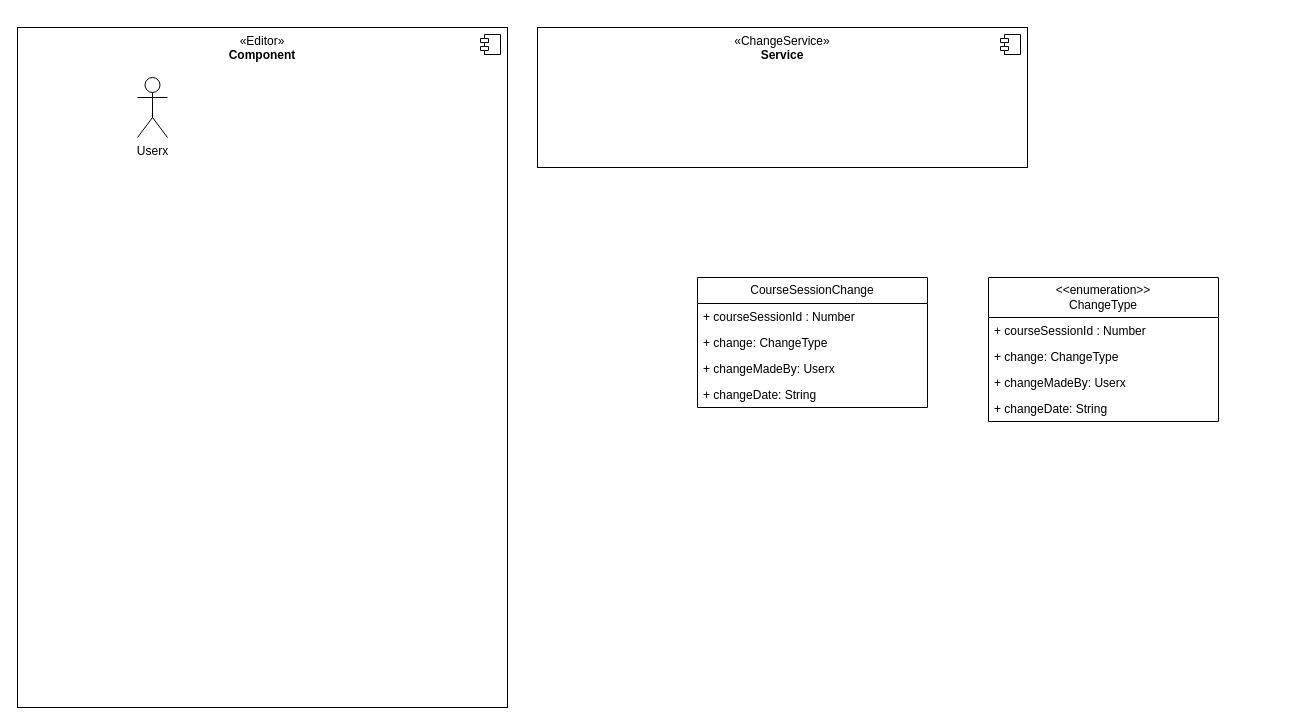
Before: Doku/Ablauf/userChangesLogging.drawio in Darkuna/Lecture-Connect, a draw.io diagram. Source tidied: cells renumbered, new cells numbered last; positions are measured from the earlier drawing's top-left corner, leaving out a move shared by most shapes. Both pictures are drawn from the tidied source at 100%, with x=0, y=0 at pixel (17, 27).
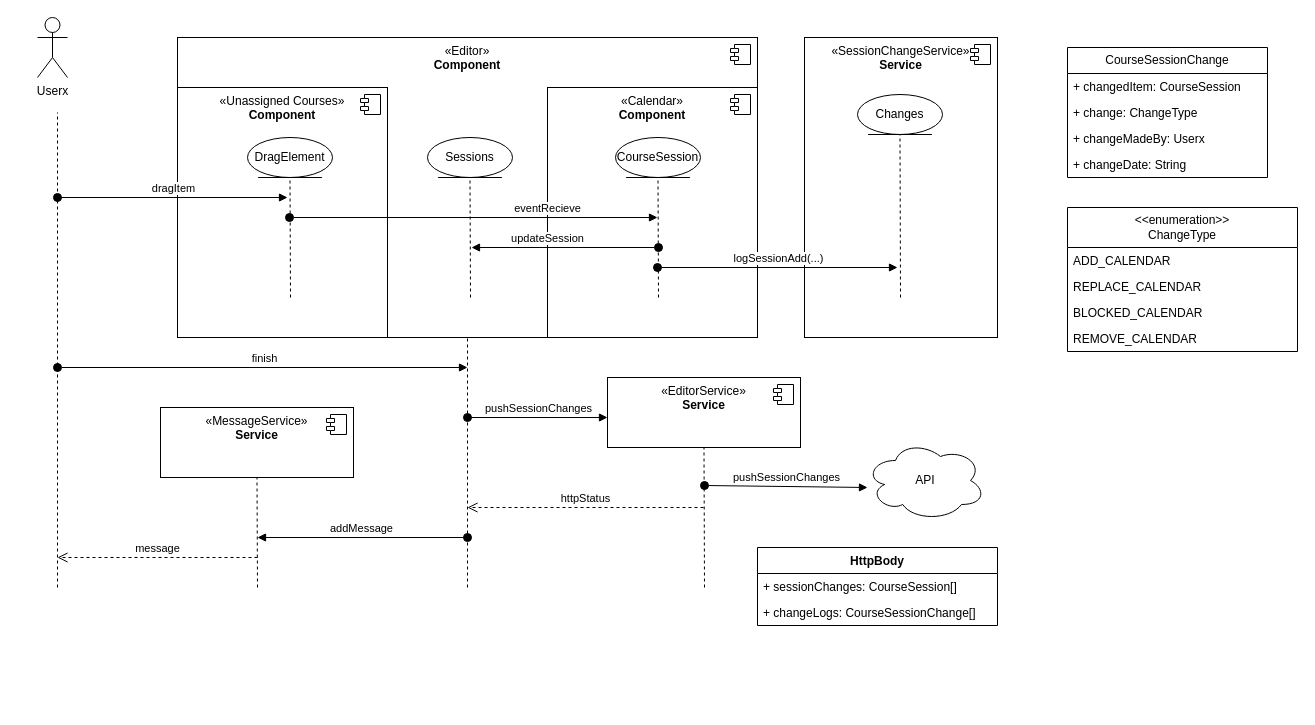
After the change.

Change to the diagram source:
```diff
@@
     <mxCell id="2" value="«Editor&lt;span style=&quot;background-color: initial;&quot;&gt;»&lt;/span&gt;&lt;div&gt;&lt;b&gt;Component&lt;/b&gt;&lt;/div&gt;" style="html=1;whiteSpace=wrap;verticalAlign=top;" parent="1" vertex="1">
-      <mxGeometry width="490" height="680" as="geometry" />
+      <mxGeometry x="160" y="10" width="580" height="300" as="geometry" />
     </mxCell>
@@
     <mxCell id="4" value="Userx" style="shape=umlActor;verticalLabelPosition=bottom;verticalAlign=top;html=1;" parent="1" vertex="1">
-      <mxGeometry x="120" y="50" width="30" height="60" as="geometry" />
+      <mxGeometry x="20" y="-10" width="30" height="60" as="geometry" />
     </mxCell>
-    <mxCell id="5" value="«ChangeService&lt;span style=&quot;background-color: initial;&quot;&gt;»&lt;/span&gt;&lt;div&gt;&lt;b&gt;Service&lt;/b&gt;&lt;/div&gt;" style="html=1;whiteSpace=wrap;verticalAlign=top;" parent="1" vertex="1">
-      <mxGeometry x="520" width="490" height="140" as="geometry" />
+    <mxCell id="5" value="«SessionChangeService&lt;span style=&quot;background-color: initial;&quot;&gt;»&lt;/span&gt;&lt;div&gt;&lt;b&gt;Service&lt;/b&gt;&lt;/div&gt;" style="html=1;whiteSpace=wrap;verticalAlign=top;" parent="1" vertex="1">
+      <mxGeometry x="787" y="10" width="193" height="300" as="geometry" />
     </mxCell>
@@
     <mxCell id="7" value="CourseSessionChange" style="swimlane;fontStyle=0;horizontal=1;startSize=26;fillColor=none;whiteSpace=wrap;html=1;" parent="1" vertex="1">
-      <mxGeometry x="680" y="250" width="230" height="130" as="geometry" />
+      <mxGeometry x="1050" y="20" width="200" height="130" as="geometry" />
     </mxCell>
-    <mxCell id="8" value="+ courseSessionId : Number" style="text;strokeColor=none;fillColor=none;align=left;verticalAlign=top;spacingLeft=4;spacingRight=4;overflow=hidden;whiteSpace=wrap;html=1;" parent="7" vertex="1">
-      <mxGeometry y="26" width="230" height="26" as="geometry" />
+    <mxCell id="8" value="+ changedItem: CourseSession" style="text;strokeColor=none;fillColor=none;align=left;verticalAlign=top;spacingLeft=4;spacingRight=4;overflow=hidden;whiteSpace=wrap;html=1;" parent="7" vertex="1">
+      <mxGeometry y="26" width="200" height="26" as="geometry" />
     </mxCell>
     <mxCell id="9" value="+ change: ChangeType&amp;nbsp;" style="text;strokeColor=none;fillColor=none;align=left;verticalAlign=top;spacingLeft=4;spacingRight=4;overflow=hidden;whiteSpace=wrap;html=1;" parent="7" vertex="1">
-      <mxGeometry y="52" width="230" height="26" as="geometry" />
+      <mxGeometry y="52" width="200" height="26" as="geometry" />
     </mxCell>
     <mxCell id="10" value="+ changeMadeBy: Userx" style="text;strokeColor=none;fillColor=none;align=left;verticalAlign=top;spacingLeft=4;spacingRight=4;overflow=hidden;whiteSpace=wrap;html=1;" parent="7" vertex="1">
-      <mxGeometry y="78" width="230" height="26" as="geometry" />
+      <mxGeometry y="78" width="200" height="26" as="geometry" />
     </mxCell>
     <mxCell id="11" value="+ changeDate: String" style="text;strokeColor=none;fillColor=none;align=left;verticalAlign=top;spacingLeft=4;spacingRight=4;overflow=hidden;whiteSpace=wrap;html=1;" parent="7" vertex="1">
-      <mxGeometry y="104" width="230" height="26" as="geometry" />
+      <mxGeometry y="104" width="200" height="26" as="geometry" />
     </mxCell>
     <mxCell id="12" value="&amp;lt;&amp;lt;enumeration&amp;gt;&amp;gt;&lt;div&gt;ChangeType&lt;/div&gt;" style="swimlane;fontStyle=0;horizontal=1;startSize=40;fillColor=none;whiteSpace=wrap;html=1;" parent="1" vertex="1">
-      <mxGeometry x="971" y="250" width="230" height="144" as="geometry" />
+      <mxGeometry x="1050" y="180" width="230" height="144" as="geometry" />
     </mxCell>
-    <mxCell id="13" value="+ courseSessionId : Number" style="text;strokeColor=none;fillColor=none;align=left;verticalAlign=top;spacingLeft=4;spacingRight=4;overflow=hidden;whiteSpace=wrap;html=1;" parent="12" vertex="1">
+    <mxCell id="13" value="ADD_CALENDAR" style="text;strokeColor=none;fillColor=none;align=left;verticalAlign=top;spacingLeft=4;spacingRight=4;overflow=hidden;whiteSpace=wrap;html=1;" parent="12" vertex="1">
       <mxGeometry y="40" width="230" height="26" as="geometry" />
     </mxCell>
-    <mxCell id="14" value="+ change: ChangeType&amp;nbsp;" style="text;strokeColor=none;fillColor=none;align=left;verticalAlign=top;spacingLeft=4;spacingRight=4;overflow=hidden;whiteSpace=wrap;html=1;" parent="12" vertex="1">
+    <mxCell id="14" value="REPLACE_CALENDAR" style="text;strokeColor=none;fillColor=none;align=left;verticalAlign=top;spacingLeft=4;spacingRight=4;overflow=hidden;whiteSpace=wrap;html=1;" parent="12" vertex="1">
       <mxGeometry y="66" width="230" height="26" as="geometry" />
     </mxCell>
+    <mxCell id="17" value="BLOCKED_CALENDAR" style="text;strokeColor=none;fillColor=none;align=left;verticalAlign=top;spacingLeft=4;spacingRight=4;overflow=hidden;whiteSpace=wrap;html=1;" parent="12" vertex="1">
+      <mxGeometry y="92" width="230" height="26" as="geometry" />
+    </mxCell>
-    <mxCell id="15" value="+ changeMadeBy: Userx" style="text;strokeColor=none;fillColor=none;align=left;verticalAlign=top;spacingLeft=4;spacingRight=4;overflow=hidden;whiteSpace=wrap;html=1;" parent="12" vertex="1">
-      <mxGeometry y="92" width="230" height="26" as="geometry" />
+    <mxCell id="15" value="REMOVE_CALENDAR" style="text;strokeColor=none;fillColor=none;align=left;verticalAlign=top;spacingLeft=4;spacingRight=4;overflow=hidden;whiteSpace=wrap;html=1;" parent="12" vertex="1">
+      <mxGeometry y="118" width="230" height="26" as="geometry" />
     </mxCell>
-    <mxCell id="16" value="+ changeDate: String" style="text;strokeColor=none;fillColor=none;align=left;verticalAlign=top;spacingLeft=4;spacingRight=4;overflow=hidden;whiteSpace=wrap;html=1;" parent="12" vertex="1">
-      <mxGeometry y="118" width="230" height="26" as="geometry" />
-    </mxCell>
+    <mxCell id="18" value="«Calendar&lt;span style=&quot;background-color: initial;&quot;&gt;»&lt;/span&gt;&lt;div&gt;&lt;b&gt;Component&lt;/b&gt;&lt;/div&gt;" style="html=1;whiteSpace=wrap;verticalAlign=top;" parent="1" vertex="1">
+      <mxGeometry x="530" y="60" width="210" height="250" as="geometry" />
+    </mxCell>
+    <mxCell id="19" style="shape=module;jettyWidth=8;jettyHeight=4;" parent="18" vertex="1">
+      <mxGeometry x="1" width="20" height="20" relative="1" as="geometry">
+        <mxPoint x="-27" y="7" as="offset" />
+      </mxGeometry>
+    </mxCell>
+    <mxCell id="20" value="«&lt;span style=&quot;text-align: left;&quot;&gt;Unassigned Courses&lt;/span&gt;&lt;span style=&quot;background-color: initial;&quot;&gt;»&lt;/span&gt;&lt;div&gt;&lt;b&gt;Component&lt;/b&gt;&lt;/div&gt;" style="html=1;whiteSpace=wrap;verticalAlign=top;" parent="1" vertex="1">
+      <mxGeometry x="160" y="60" width="210" height="250" as="geometry" />
+    </mxCell>
+    <mxCell id="21" style="shape=module;jettyWidth=8;jettyHeight=4;" parent="20" vertex="1">
+      <mxGeometry x="1" width="20" height="20" relative="1" as="geometry">
+        <mxPoint x="-27" y="7" as="offset" />
+      </mxGeometry>
+    </mxCell>
+    <mxCell id="22" style="endArrow=none;dashed=1;html=1;rounded=0;" parent="1" edge="1">
+      <mxGeometry relative="1" as="geometry">
+        <mxPoint x="40" y="560" as="sourcePoint" />
+        <mxPoint x="40" y="85" as="targetPoint" />
+      </mxGeometry>
+    </mxCell>
+    <mxCell id="23" value="dragItem" style="html=1;verticalAlign=bottom;startArrow=oval;startFill=1;endArrow=block;startSize=8;curved=0;rounded=0;" parent="1" edge="1">
+      <mxGeometry x="0.01" relative="1" as="geometry">
+        <mxPoint x="40" y="170" as="sourcePoint" />
+        <mxPoint x="270" y="170" as="targetPoint" />
+      </mxGeometry>
+    </mxCell>
+    <mxCell id="24" value="eventRecieve" style="html=1;verticalAlign=bottom;startArrow=oval;startFill=1;endArrow=block;startSize=8;curved=0;rounded=0;" parent="1" edge="1">
+      <mxGeometry x="0.4" relative="1" as="geometry">
+        <mxPoint x="272" y="190" as="sourcePoint" />
+        <mxPoint x="640" y="190" as="targetPoint" />
+      </mxGeometry>
+    </mxCell>
+    <mxCell id="25" value="updateSession" style="html=1;verticalAlign=bottom;startArrow=oval;startFill=1;endArrow=block;startSize=8;curved=0;rounded=0;" parent="1" edge="1">
+      <mxGeometry x="0.19" relative="1" as="geometry">
+        <mxPoint x="641" y="220" as="sourcePoint" />
+        <mxPoint x="454" y="220" as="targetPoint" />
+      </mxGeometry>
+    </mxCell>
+    <mxCell id="26" value="logSessionAdd(...)" style="html=1;verticalAlign=bottom;startArrow=oval;startFill=1;endArrow=block;startSize=8;curved=0;rounded=0;" parent="1" edge="1">
+      <mxGeometry x="0.01" relative="1" as="geometry">
+        <mxPoint x="640" y="240" as="sourcePoint" />
+        <mxPoint x="880" y="240" as="targetPoint" />
+      </mxGeometry>
+    </mxCell>
+    <mxCell id="27" value="Sessions" style="ellipse;shape=umlEntity;whiteSpace=wrap;html=1;" parent="1" vertex="1">
+      <mxGeometry x="410" y="110" width="85" height="40" as="geometry" />
+    </mxCell>
+    <mxCell id="28" style="endArrow=none;dashed=1;html=1;rounded=0;entryX=0.5;entryY=1;entryDx=0;entryDy=0;" parent="1" edge="1" target="27">
+      <mxGeometry relative="1" as="geometry">
+        <mxPoint x="453" y="270" as="sourcePoint" />
+      </mxGeometry>
+    </mxCell>
+    <mxCell id="29" value="CourseSession" style="ellipse;shape=umlEntity;whiteSpace=wrap;html=1;" parent="1" vertex="1">
+      <mxGeometry x="598" y="110" width="85" height="40" as="geometry" />
+    </mxCell>
+    <mxCell id="30" style="endArrow=none;dashed=1;html=1;rounded=0;entryX=0.5;entryY=1;entryDx=0;entryDy=0;" parent="1" edge="1" target="29">
+      <mxGeometry relative="1" as="geometry">
+        <mxPoint x="641" y="270" as="sourcePoint" />
+      </mxGeometry>
+    </mxCell>
+    <mxCell id="31" value="DragElement" style="ellipse;shape=umlEntity;whiteSpace=wrap;html=1;" parent="1" vertex="1">
+      <mxGeometry x="230" y="110" width="85" height="40" as="geometry" />
+    </mxCell>
+    <mxCell id="32" style="endArrow=none;dashed=1;html=1;rounded=0;entryX=0.5;entryY=1;entryDx=0;entryDy=0;" parent="1" edge="1" target="31">
+      <mxGeometry relative="1" as="geometry">
+        <mxPoint x="273" y="270" as="sourcePoint" />
+      </mxGeometry>
+    </mxCell>
+    <mxCell id="33" value="Changes" style="ellipse;shape=umlEntity;whiteSpace=wrap;html=1;" parent="1" vertex="1">
+      <mxGeometry x="840" y="67" width="85" height="40" as="geometry" />
+    </mxCell>
+    <mxCell id="34" style="endArrow=none;dashed=1;html=1;rounded=0;entryX=0.5;entryY=1;entryDx=0;entryDy=0;" parent="1" edge="1" target="33">
+      <mxGeometry relative="1" as="geometry">
+        <mxPoint x="883" y="270" as="sourcePoint" />
+      </mxGeometry>
+    </mxCell>
+    <mxCell id="35" style="group;" parent="1" vertex="1">
+      <mxGeometry x="590" y="350" width="193" height="70" as="geometry" />
+    </mxCell>
+    <mxCell id="36" value="«EditorService&lt;span style=&quot;background-color: initial;&quot;&gt;»&lt;/span&gt;&lt;div&gt;&lt;b&gt;Service&lt;/b&gt;&lt;/div&gt;" style="html=1;whiteSpace=wrap;verticalAlign=top;" parent="35" vertex="1">
+      <mxGeometry width="193" height="70" as="geometry" />
+    </mxCell>
+    <mxCell id="37" style="shape=module;jettyWidth=8;jettyHeight=4;" parent="36" vertex="1">
+      <mxGeometry x="1" width="20" height="20" relative="1" as="geometry">
+        <mxPoint x="-27" y="7" as="offset" />
+      </mxGeometry>
+    </mxCell>
+    <mxCell id="38" value="finish" style="html=1;verticalAlign=bottom;startArrow=oval;startFill=1;endArrow=block;startSize=8;curved=0;rounded=0;" parent="1" edge="1">
+      <mxGeometry x="0.01" relative="1" as="geometry">
+        <mxPoint x="40" y="340" as="sourcePoint" />
+        <mxPoint x="450" y="340" as="targetPoint" />
+      </mxGeometry>
+    </mxCell>
+    <mxCell id="39" style="endArrow=none;dashed=1;html=1;rounded=0;entryX=0.5;entryY=1;entryDx=0;entryDy=0;" parent="1" edge="1" target="2">
+      <mxGeometry relative="1" as="geometry">
+        <mxPoint x="450" y="560" as="sourcePoint" />
+      </mxGeometry>
+    </mxCell>
+    <mxCell id="40" value="pushSessionChanges" style="html=1;verticalAlign=bottom;startArrow=oval;startFill=1;endArrow=block;startSize=8;curved=0;rounded=0;" parent="1" edge="1">
+      <mxGeometry x="0.01" relative="1" as="geometry">
+        <mxPoint x="450" y="390" as="sourcePoint" />
+        <mxPoint x="590" y="390" as="targetPoint" />
+      </mxGeometry>
+    </mxCell>
+    <mxCell id="41" style="endArrow=none;dashed=1;html=1;rounded=0;entryX=0.5;entryY=1;entryDx=0;entryDy=0;" parent="1" edge="1" target="36">
+      <mxGeometry relative="1" as="geometry">
+        <mxPoint x="687" y="560" as="sourcePoint" />
+      </mxGeometry>
+    </mxCell>
+    <mxCell id="42" value="API" style="ellipse;shape=cloud;whiteSpace=wrap;html=1;" parent="1" vertex="1">
+      <mxGeometry x="848" y="413" width="120" height="80" as="geometry" />
+    </mxCell>
+    <mxCell id="43" value="pushSessionChanges" style="html=1;verticalAlign=bottom;startArrow=oval;startFill=1;endArrow=block;startSize=8;curved=0;rounded=0;" parent="1" edge="1">
+      <mxGeometry x="0.01" relative="1" as="geometry">
+        <mxPoint x="687" y="458" as="sourcePoint" />
+        <mxPoint x="850" y="460" as="targetPoint" />
+      </mxGeometry>
+    </mxCell>
+    <mxCell id="44" value="httpStatus" style="html=1;verticalAlign=bottom;endArrow=open;dashed=1;endSize=8;curved=0;rounded=0;" parent="1" edge="1">
+      <mxGeometry relative="1" as="geometry">
+        <mxPoint x="686" y="480" as="sourcePoint" />
+        <mxPoint x="450" y="480" as="targetPoint" />
+      </mxGeometry>
+    </mxCell>
+    <mxCell id="45" style="group;" parent="1" vertex="1">
+      <mxGeometry x="143" y="380" width="193" height="70" as="geometry" />
+    </mxCell>
+    <mxCell id="46" value="«MessageService&lt;span style=&quot;background-color: initial;&quot;&gt;»&lt;/span&gt;&lt;div&gt;&lt;b&gt;Service&lt;/b&gt;&lt;/div&gt;" style="html=1;whiteSpace=wrap;verticalAlign=top;" parent="45" vertex="1">
+      <mxGeometry width="193" height="70" as="geometry" />
+    </mxCell>
+    <mxCell id="47" style="shape=module;jettyWidth=8;jettyHeight=4;" parent="46" vertex="1">
+      <mxGeometry x="1" width="20" height="20" relative="1" as="geometry">
+        <mxPoint x="-27" y="7" as="offset" />
+      </mxGeometry>
+    </mxCell>
+    <mxCell id="48" style="endArrow=none;dashed=1;html=1;rounded=0;entryX=0.5;entryY=1;entryDx=0;entryDy=0;" parent="1" edge="1" target="46">
+      <mxGeometry relative="1" as="geometry">
+        <mxPoint x="240" y="560" as="sourcePoint" />
+      </mxGeometry>
+    </mxCell>
+    <mxCell id="49" value="addMessage" style="html=1;verticalAlign=bottom;startArrow=oval;startFill=1;endArrow=block;startSize=8;curved=0;rounded=0;" parent="1" edge="1">
+      <mxGeometry x="0.01" relative="1" as="geometry">
+        <mxPoint x="450" y="510" as="sourcePoint" />
+        <mxPoint x="240" y="510" as="targetPoint" />
+      </mxGeometry>
+    </mxCell>
+    <mxCell id="50" value="message" style="html=1;verticalAlign=bottom;endArrow=open;dashed=1;endSize=8;curved=0;rounded=0;" parent="1" edge="1">
+      <mxGeometry relative="1" as="geometry">
+        <mxPoint x="240" y="530" as="sourcePoint" />
+        <mxPoint x="40" y="530" as="targetPoint" />
+      </mxGeometry>
+    </mxCell>
+    <mxCell id="51" value="HttpBody" style="swimlane;fontStyle=1;align=center;verticalAlign=top;horizontal=1;startSize=26;whiteSpace=wrap;html=1;" parent="1" vertex="1">
+      <mxGeometry x="740" y="520" width="240" height="78" as="geometry" />
+    </mxCell>
+    <mxCell id="52" value="+ sessionChanges: CourseSession[]" style="text;strokeColor=none;fillColor=none;align=left;verticalAlign=top;spacingLeft=4;spacingRight=4;overflow=hidden;whiteSpace=wrap;html=1;" parent="51" vertex="1">
+      <mxGeometry y="26" width="240" height="26" as="geometry" />
+    </mxCell>
+    <mxCell id="53" value="+ changeLogs:&amp;nbsp;&lt;span style=&quot;text-align: center;&quot;&gt;CourseSessionChange[]&lt;/span&gt;" style="text;strokeColor=none;fillColor=none;align=left;verticalAlign=top;spacingLeft=4;spacingRight=4;overflow=hidden;whiteSpace=wrap;html=1;" parent="51" vertex="1">
+      <mxGeometry y="52" width="240" height="26" as="geometry" />
+    </mxCell>
```
